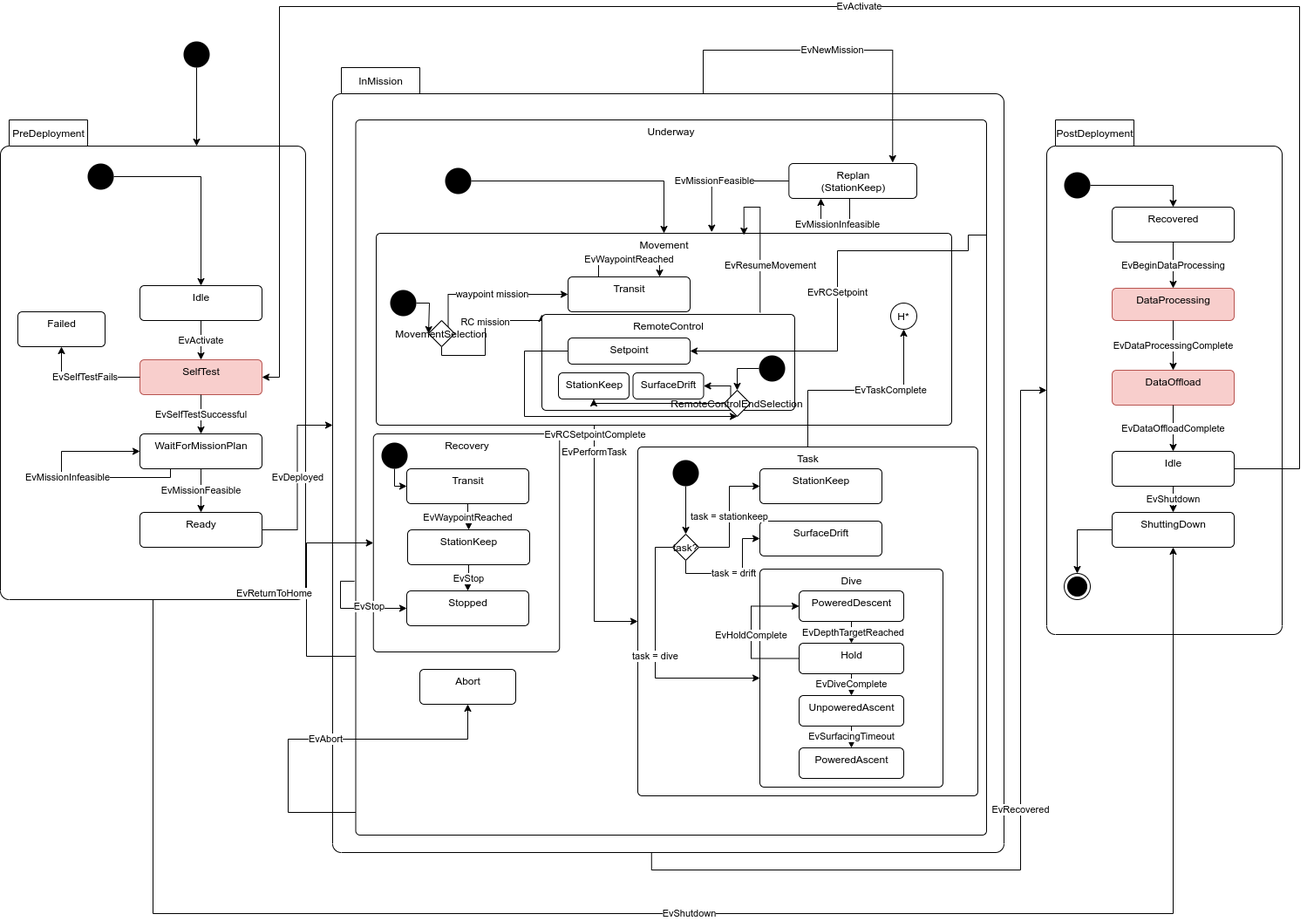
Earlier version of the draw.io export src/doc/figures/mission-states.png (jaiarobotics/jaiabot). Source tidied: cells renumbered, new cells last; positions are measured from the earlier drawing's top-left corner, leaving out a move shared by most shapes.
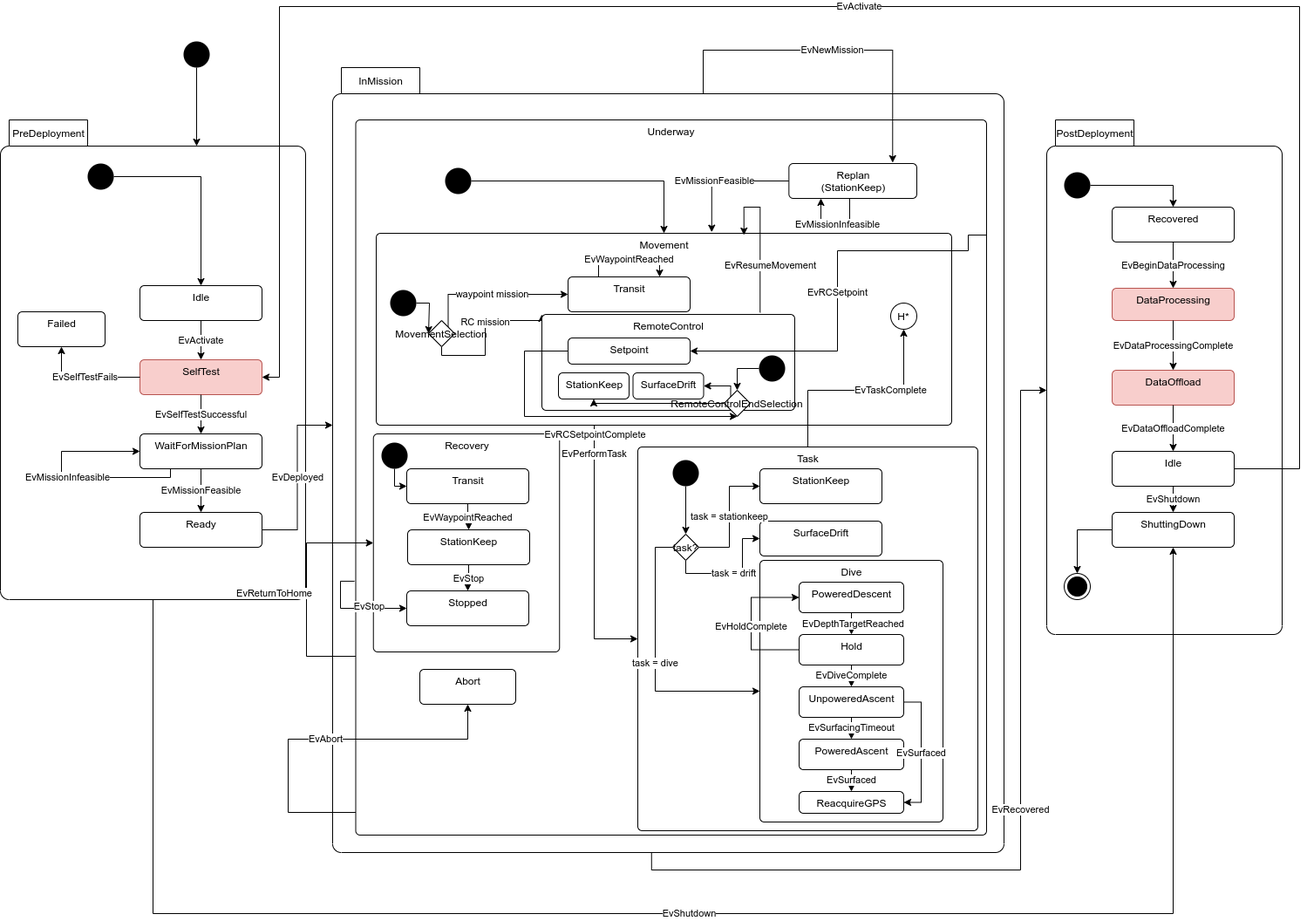
The same file after the commit.

What changed in the source:
```diff
@@ -212,16 +212,16 @@
       <mxGeometry x="620" y="170" width="30" height="30" as="geometry" />
     </mxCell>
     <mxCell id="56" style="group;" parent="31" vertex="1">
-      <mxGeometry x="330" y="335" width="390" height="400" as="geometry" />
+      <mxGeometry x="330" y="335" width="390" height="440" as="geometry" />
     </mxCell>
     <mxCell id="57" value="Task" style="html=1;align=center;verticalAlign=top;rounded=1;absoluteArcSize=1;arcSize=10;dashed=0;" parent="56" vertex="1">
-      <mxGeometry width="390" height="400" as="geometry" />
+      <mxGeometry width="390" height="440" as="geometry" />
     </mxCell>
     <mxCell id="58" value="StationKeep" style="html=1;align=center;verticalAlign=top;rounded=1;absoluteArcSize=1;arcSize=10;dashed=0;" parent="56" vertex="1">
       <mxGeometry x="140" y="25" width="140" height="40" as="geometry" />
     </mxCell>
     <mxCell id="59" value="Dive" style="html=1;align=center;verticalAlign=top;rounded=1;absoluteArcSize=1;arcSize=10;dashed=0;" parent="56" vertex="1">
-      <mxGeometry x="140" y="140" width="210" height="250" as="geometry" />
+      <mxGeometry x="140" y="130" width="210" height="300" as="geometry" />
     </mxCell>
     <mxCell id="60" value="SurfaceDrift" style="html=1;align=center;verticalAlign=top;rounded=1;absoluteArcSize=1;arcSize=10;dashed=0;" parent="56" vertex="1">
       <mxGeometry x="140" y="85" width="140" height="40" as="geometry" />
@@ -262,7 +262,7 @@
       <mxGeometry x="0.03" y="-1" relative="1" as="geometry" />
     </mxCell>
     <mxCell id="69" value="PoweredDescent" style="html=1;align=center;verticalAlign=top;rounded=1;absoluteArcSize=1;arcSize=10;dashed=0;" parent="56" vertex="1">
-      <mxGeometry x="185" y="165" width="120" height="35" as="geometry" />
+      <mxGeometry x="185" y="155" width="120" height="35" as="geometry" />
     </mxCell>
     <mxCell id="70" value="EvDiveComplete" style="edgeStyle=orthogonalEdgeStyle;rounded=0;jettySize=auto;html=1;" parent="56" edge="1" source="72" target="74">
       <mxGeometry relative="1" as="geometry" />
@@ -270,24 +270,33 @@
     <mxCell id="71" value="EvHoldComplete" style="edgeStyle=orthogonalEdgeStyle;rounded=0;jettySize=auto;html=1;entryX=0;entryY=0.5;entryDx=0;entryDy=0;exitX=0;exitY=0.5;exitDx=0;exitDy=0;" parent="56" edge="1" source="72" target="69">
       <mxGeometry x="-0.03" relative="1" as="geometry">
         <Array as="points">
-          <mxPoint x="130" y="243" />
-          <mxPoint x="130" y="183" />
+          <mxPoint x="130" y="233" />
+          <mxPoint x="130" y="173" />
         </Array>
         <mxPoint y="1" as="offset" />
       </mxGeometry>
     </mxCell>
     <mxCell id="72" value="Hold" style="html=1;align=center;verticalAlign=top;rounded=1;absoluteArcSize=1;arcSize=10;dashed=0;" parent="56" vertex="1">
-      <mxGeometry x="185" y="225" width="120" height="35" as="geometry" />
+      <mxGeometry x="185" y="215" width="120" height="35" as="geometry" />
     </mxCell>
     <mxCell id="73" value="EvSurfacingTimeout" style="edgeStyle=orthogonalEdgeStyle;rounded=0;jettySize=auto;html=1;entryX=0.5;entryY=0;entryDx=0;entryDy=0;" parent="56" edge="1" source="74" target="75">
       <mxGeometry relative="1" as="geometry" />
     </mxCell>
     <mxCell id="74" value="UnpoweredAscent" style="html=1;align=center;verticalAlign=top;rounded=1;absoluteArcSize=1;arcSize=10;dashed=0;" parent="56" vertex="1">
-      <mxGeometry x="185" y="285" width="120" height="35" as="geometry" />
+      <mxGeometry x="185" y="275" width="120" height="35" as="geometry" />
     </mxCell>
+    <mxCell id="103" value="EvSurfaced" style="edgeStyle=orthogonalEdgeStyle;rounded=0;jettySize=auto;html=1;" parent="56" edge="1" source="75" target="104">
+      <mxGeometry relative="1" as="geometry" />
+    </mxCell>
     <mxCell id="75" value="PoweredAscent" style="html=1;align=center;verticalAlign=top;rounded=1;absoluteArcSize=1;arcSize=10;dashed=0;" parent="56" vertex="1">
-      <mxGeometry x="185" y="345" width="120" height="35" as="geometry" />
+      <mxGeometry x="185" y="335" width="120" height="35" as="geometry" />
     </mxCell>
+    <mxCell id="104" value="ReacquireGPS" style="html=1;align=center;verticalAlign=top;rounded=1;absoluteArcSize=1;arcSize=10;dashed=0;" parent="56" vertex="1">
+      <mxGeometry x="185" y="395" width="120" height="25" as="geometry" />
+    </mxCell>
+    <mxCell id="105" value="EvSurfaced" style="edgeStyle=orthogonalEdgeStyle;rounded=0;jettySize=auto;html=1;exitX=1;exitY=0.5;exitDx=0;exitDy=0;entryX=1;entryY=0.5;entryDx=0;entryDy=0;" parent="56" edge="1" source="74" target="104">
+      <mxGeometry relative="1" as="geometry" />
+    </mxCell>
     <mxCell id="76" value="EvNewMission" style="edgeStyle=orthogonalEdgeStyle;rounded=0;jettySize=auto;html=1;exitX=0;exitY=0;exitDx=425;exitDy=30;exitPerimeter=0;entryX=0.811;entryY=-0.025;entryDx=0;entryDy=0;entryPerimeter=0;" parent="31" edge="1" source="32" target="79">
       <mxGeometry relative="1" as="geometry" />
     </mxCell>
```
